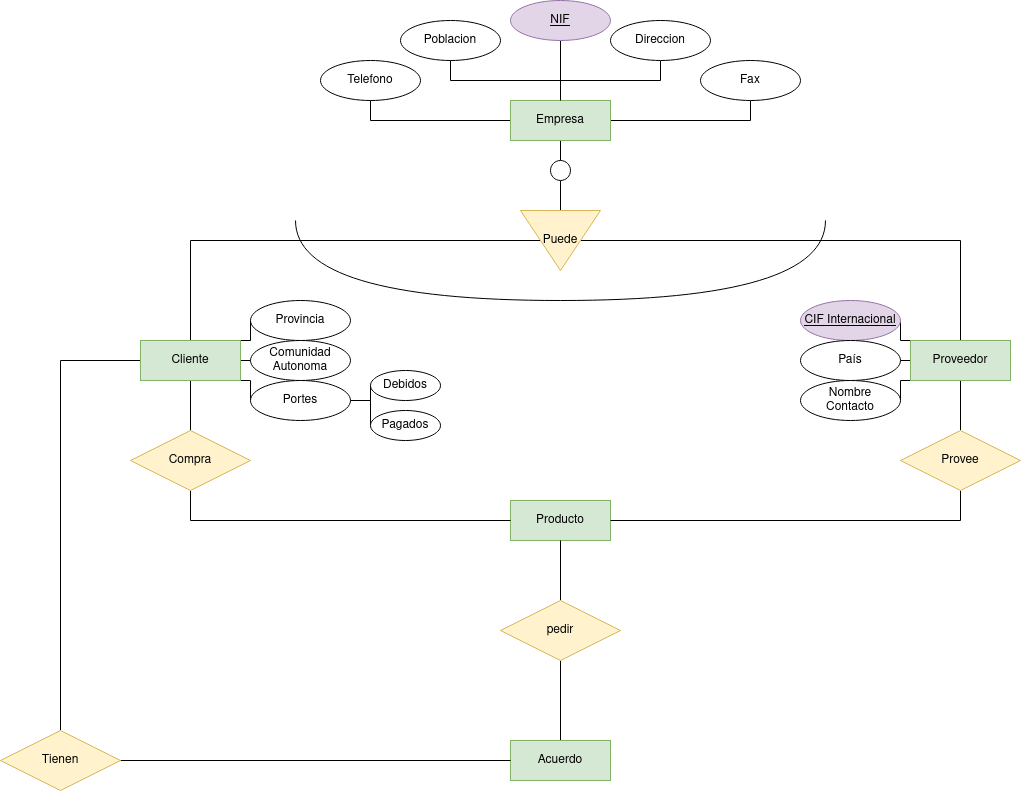
Before: Unidad-1/Tareas/Tarea-evaluable4/tarea4.drawio.png, a diagram exported from draw.io (jdrguez/2-Daw). Source tidied: cells renumbered, new cells last; positions are measured from the earlier drawing's top-left corner, leaving out a move shared by most shapes.
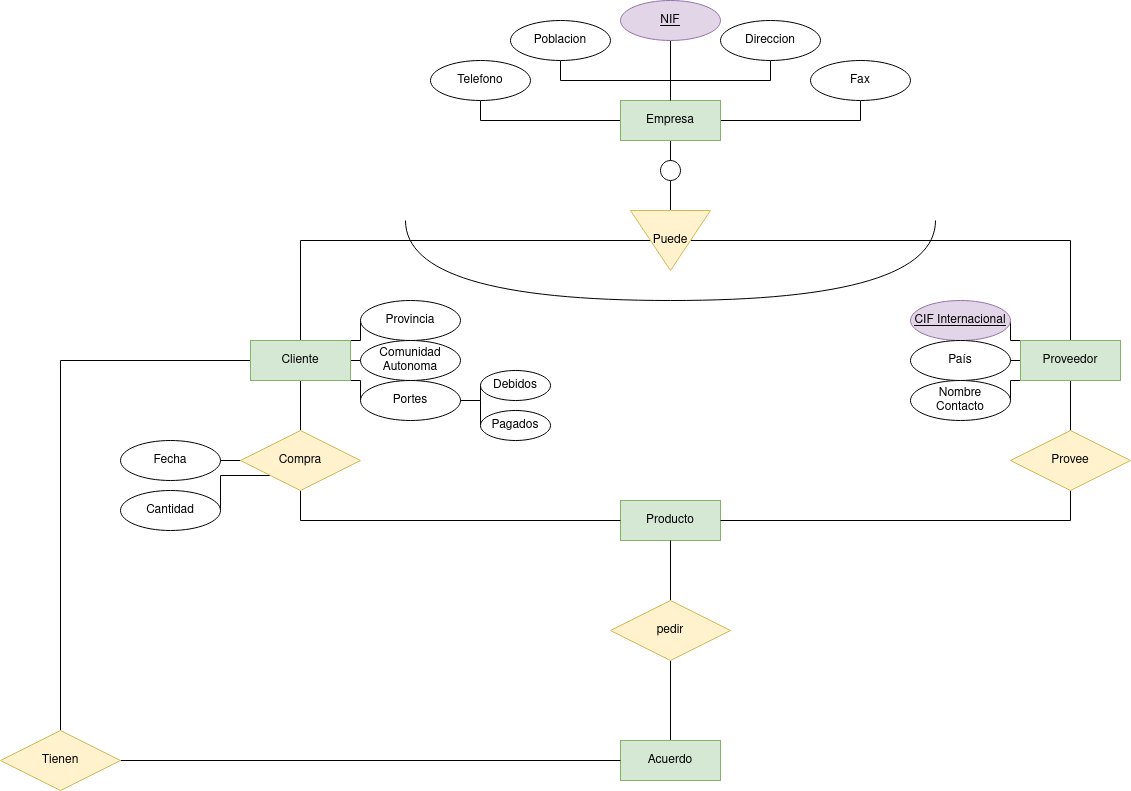
After the commit.

The edit, as a diff of the source:
```diff
@@ -74,6 +74,12 @@
     <mxCell id="25" style="edgeStyle=orthogonalEdgeStyle;rounded=0;jettySize=auto;html=1;exitX=0.5;exitY=1;exitDx=0;exitDy=0;entryX=0;entryY=0.5;entryDx=0;entryDy=0;endArrow=none;endFill=0;" parent="1" edge="1" source="26" target="24">
       <mxGeometry relative="1" as="geometry" />
     </mxCell>
+    <mxCell id="52" style="edgeStyle=orthogonalEdgeStyle;rounded=0;jettySize=auto;html=1;exitX=0;exitY=0.5;exitDx=0;exitDy=0;entryX=1;entryY=0.5;entryDx=0;entryDy=0;endArrow=none;endFill=0;" parent="1" edge="1" source="26" target="54">
+      <mxGeometry relative="1" as="geometry" />
+    </mxCell>
+    <mxCell id="53" style="edgeStyle=orthogonalEdgeStyle;rounded=0;jettySize=auto;html=1;exitX=0;exitY=1;exitDx=0;exitDy=0;entryX=1;entryY=0.5;entryDx=0;entryDy=0;endArrow=none;endFill=0;" parent="1" edge="1" source="26" target="55">
+      <mxGeometry relative="1" as="geometry" />
+    </mxCell>
     <mxCell id="26" value="Compra" style="shape=rhombus;perimeter=rhombusPerimeter;whiteSpace=wrap;html=1;align=center;fillColor=#fff2cc;strokeColor=#d6b656;" parent="1" vertex="1">
       <mxGeometry x="130" y="430" width="120" height="60" as="geometry" />
     </mxCell>
@@ -93,7 +99,7 @@
       <mxGeometry relative="1" as="geometry" />
     </mxCell>
     <mxCell id="32" value="Tienen" style="shape=rhombus;perimeter=rhombusPerimeter;whiteSpace=wrap;html=1;align=center;fillColor=#fff2cc;strokeColor=#d6b656;" parent="1" vertex="1">
-      <mxGeometry y="730" width="120" height="60" as="geometry" />
+      <mxGeometry x="-110" y="730" width="120" height="60" as="geometry" />
     </mxCell>
     <mxCell id="33" style="shape=requiredInterface;html=1;verticalLabelPosition=bottom;sketch=0;direction=south;" parent="1" vertex="1">
       <mxGeometry x="295" y="220" width="530" height="80" as="geometry" />
@@ -152,5 +158,11 @@
     <mxCell id="51" value="&lt;div&gt;Nombre&lt;/div&gt;&lt;div&gt;Contacto&lt;br&gt;&lt;/div&gt;" style="ellipse;whiteSpace=wrap;html=1;align=center;" parent="1" vertex="1">
       <mxGeometry x="800" y="380" width="100" height="40" as="geometry" />
     </mxCell>
+    <mxCell id="54" value="Fecha" style="ellipse;whiteSpace=wrap;html=1;align=center;" parent="1" vertex="1">
+      <mxGeometry x="10" y="440" width="100" height="40" as="geometry" />
+    </mxCell>
+    <mxCell id="55" value="Cantidad" style="ellipse;whiteSpace=wrap;html=1;align=center;" parent="1" vertex="1">
+      <mxGeometry x="10" y="490" width="100" height="40" as="geometry" />
+    </mxCell>
   </root>
 </mxGraphModel>
```
